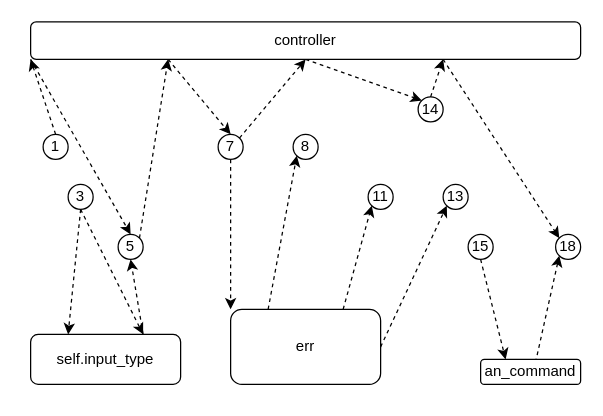
The draw.io diagram page "Page-2" (2 of 2) of DZ3.drawio in DMfananddu/Computing-Facilities-AIPCS, before the edit. Source tidied: cells renumbered, new cells numbered last; positions are measured from the earlier drawing's top-left corner, leaving out a move shared by most shapes. Both pictures are drawn from the tidied source at 125%, with x=0, y=0 at pixel (30, 21).
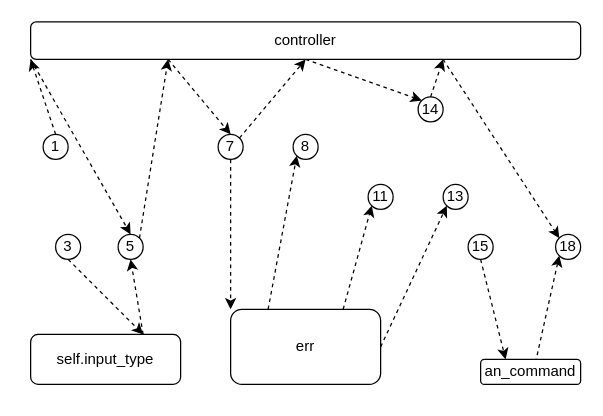
The same diagram, later.

The change refers to these unchanged cells:
```xml
<mxCell id="26" value="self.input_type" style="rounded=1;whiteSpace=wrap;html=1;" parent="1" vertex="1">
  <mxGeometry y="250" width="120" height="40" as="geometry" />
</mxCell>
```

The edit, as a diff of the source:
```diff
@@
-    <mxCell id="5" style="edgeStyle=none;rounded=0;jettySize=auto;html=1;exitX=0.5;exitY=1;exitDx=0;exitDy=0;entryX=0.25;entryY=0;entryDx=0;entryDy=0;dashed=1;" parent="1" edge="1" source="6" target="26">
-      <mxGeometry relative="1" as="geometry" />
-    </mxCell>
     <mxCell id="6" value="3" style="ellipse;whiteSpace=wrap;html=1;" parent="1" vertex="1">
-      <mxGeometry x="30" y="130" width="20" height="20" as="geometry" />
+      <mxGeometry x="20" y="170" width="20" height="20" as="geometry" />
     </mxCell>
```
